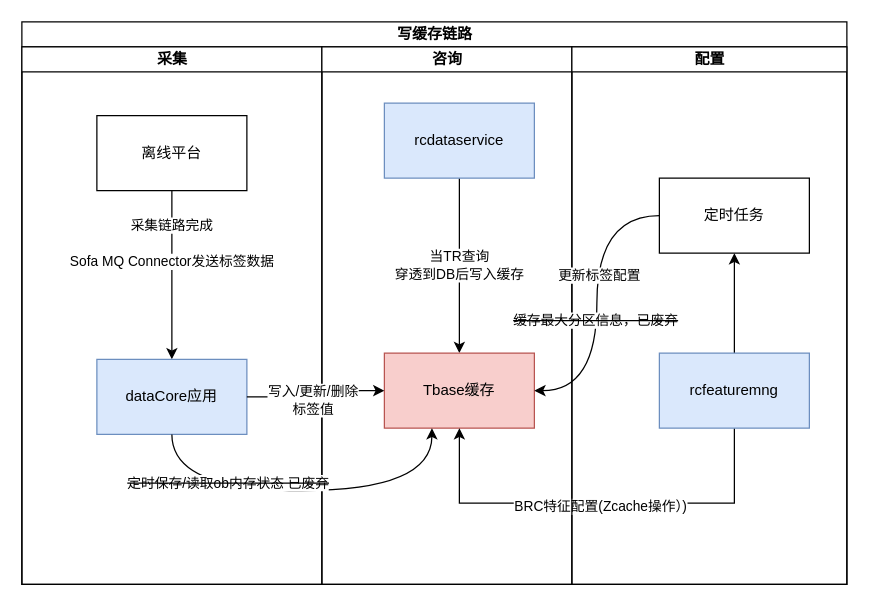
The draw.io diagram doc/draw/特征缓存上下游一览图.drawio in LiYeLin/fruitSellerClient, before the edit. Source tidied: cells renumbered, new cells numbered last; positions are measured from the earlier drawing's top-left corner, leaving out a move shared by most shapes. Both pictures are drawn from the tidied source at 125%, with x=0, y=0 at pixel (21, 21).
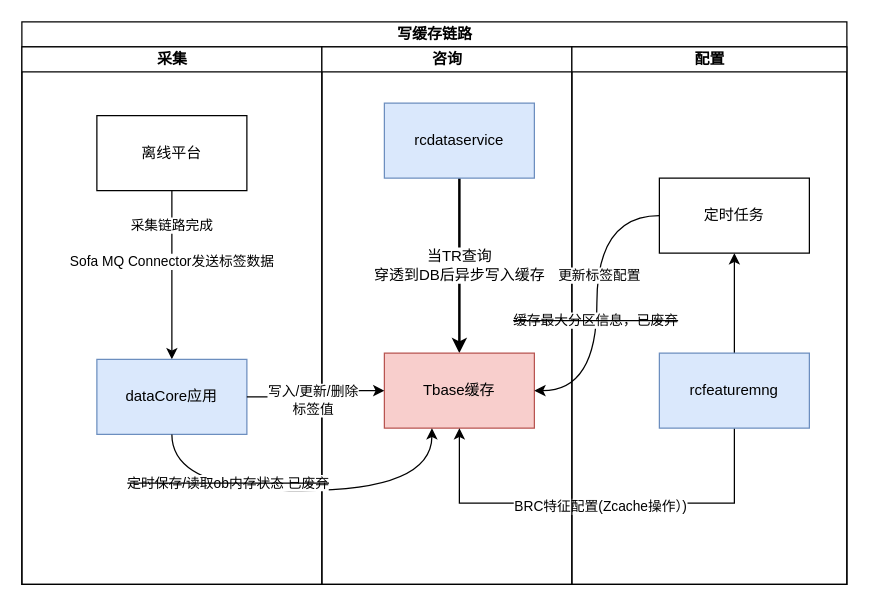
Above is the later version.

Commit message:
更新特征缓存上下游一览图.drawio

Unchanged cells that the change refers to:
```xml
<mxCell id="9" value="咨询" style="swimlane;startSize=20;html=1;" parent="2" vertex="1">
  <mxGeometry x="240" y="20" width="200" height="430" as="geometry" />
</mxCell>
<mxCell id="11" value="rcdataservice" style="whiteSpace=wrap;html=1;fillColor=#dae8fc;strokeColor=#6c8ebf;" parent="9" vertex="1">
  <mxGeometry x="50" y="45" width="120" height="60" as="geometry" />
</mxCell>
<mxCell id="12" value="Tbase缓存" style="whiteSpace=wrap;html=1;fillColor=#f8cecc;strokeColor=#b85450;" parent="9" vertex="1">
  <mxGeometry x="50" y="245" width="120" height="60" as="geometry" />
</mxCell>
```

The edit, as a diff of the source:
```diff
@@
-    <mxCell id="10" value="当TR查询&lt;br&gt;穿透到DB后写入缓存" style="edgeStyle=orthogonalEdgeStyle;rounded=0;jettySize=auto;html=1;" parent="9" edge="1" source="11" target="12">
+    <mxCell id="10" value="&lt;font style=&quot;font-size: 12px;&quot;&gt;当TR查询&lt;br&gt;穿透到DB后异步写入缓存&lt;br&gt;&lt;/font&gt;" style="edgeStyle=orthogonalEdgeStyle;rounded=0;jettySize=auto;html=1;strokeWidth=2;" parent="9" edge="1" source="11" target="12">
       <mxGeometry relative="1" as="geometry" />
     </mxCell>
```
